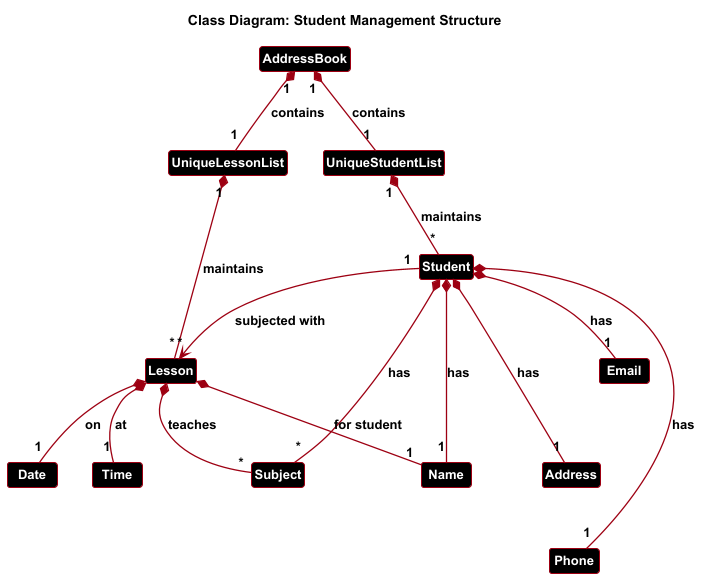
nicholasohjj/tp keeps this PlantUML diagram as docs/images/BetterModelClassDiagram-Class_Diagram__Student_Management_Structure.png. Above is the earlier version.
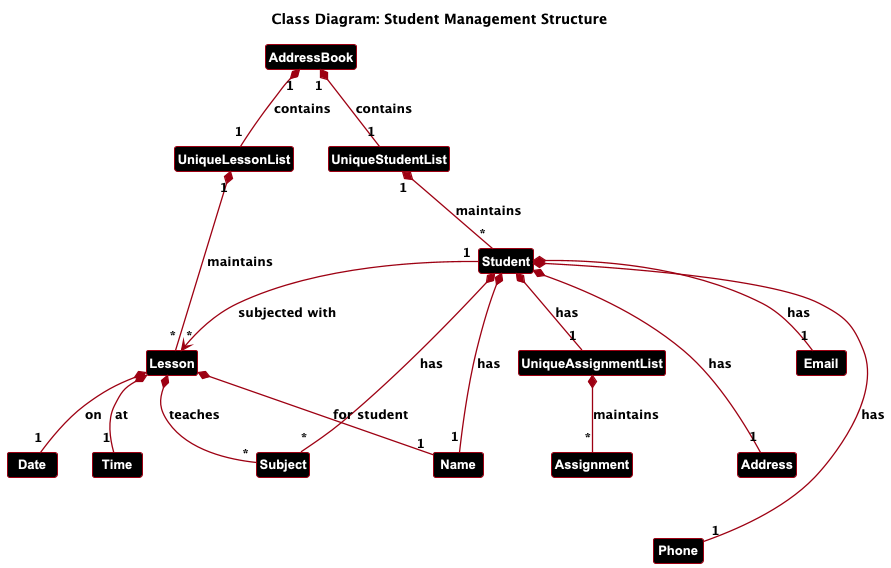
Later version of the same file.

Change to the diagram source:
```diff
@@ -28,6 +28,12 @@
   - internalList: List<Lesson>
   + add(Subject)
   + remove(Subject)
+}
+
+class UniqueAssignmentList {
+  - internalList: List<Assignment>
+  + add(Assignment)
+  + remove(Assignment)
 }
 
 class Student {
@@ -68,6 +74,11 @@
 class Time {
   - value: LocalTime
 }
+class Assignment {
+  - assignmentName: Name
+  - dueDate: Date
+  - isComplete: boolean
+}
 
 AddressBook "1" *-- "1" UniqueStudentList : contains
 AddressBook "1" *-- "1" UniqueLessonList : contains
@@ -80,6 +91,7 @@
 Student *-- "1" Email : has
 Student *-- "1" Address : has
 Student *-- "*" Subject : has
+Student *-- "1" UniqueAssignmentList : has
 
 Student "1" --> "*" Lesson : subjected with
 
@@ -88,6 +100,8 @@
 Lesson *-- "1" Date : on
 Lesson *-- "1" Time : at
 
+UniqueAssignmentList *-- "*" Assignment : maintains
+
 UniqueLessonList -[hidden]right- UniqueStudentList
 Name -[hidden]down- Phone
 Email -[hidden]down- Address
```
